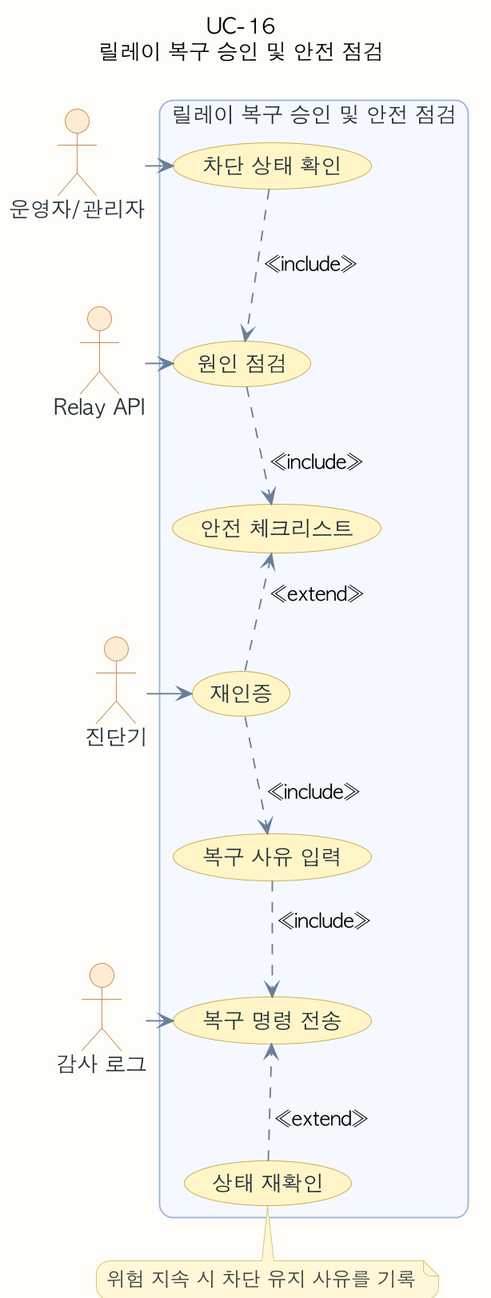
The PlantUML diagram assets/diagrams/usecase/uc-16-usecase.png in ricky30825-creator/BMS, before a commit. Its source is kept beside it as assets/diagrams/usecase/uc-16-usecase.puml.
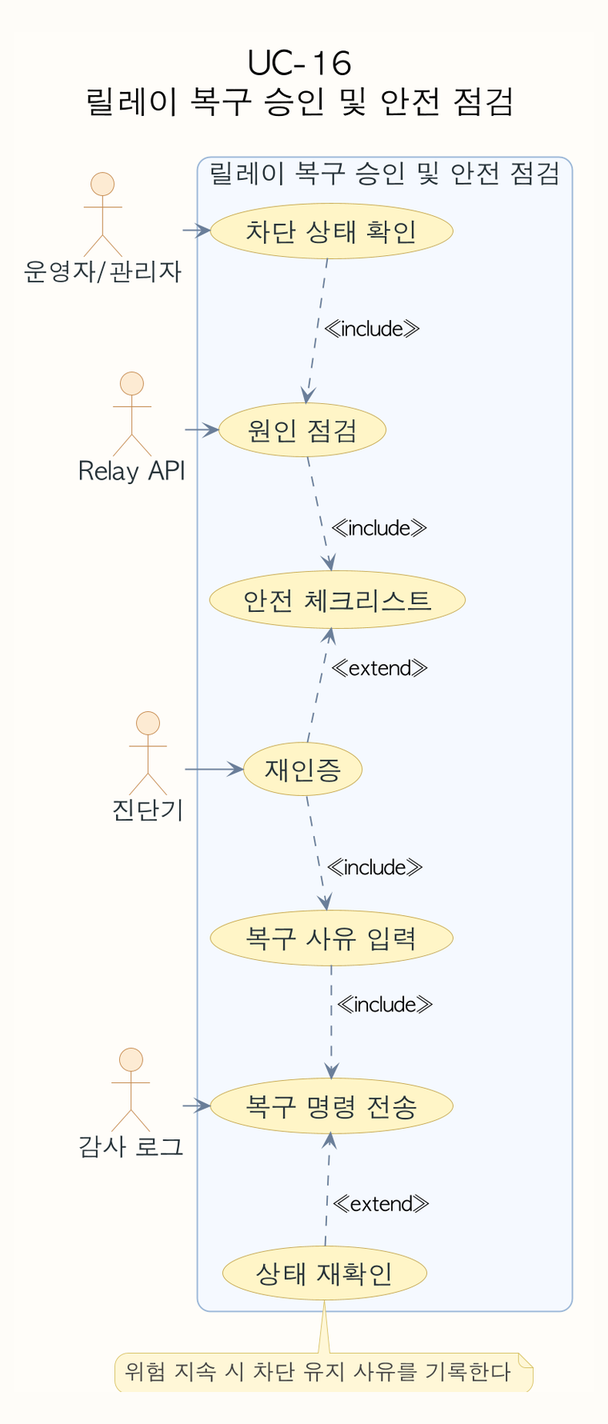
After the change.

What changed in the source:
```diff
@@ -4,6 +4,12 @@
 skinparam shadowing false
 skinparam dpi 180
 skinparam defaultFontName "AppleGothic"
+skinparam defaultFontSize 18
+skinparam TitleFontSize 22
+skinparam ActorFontSize 17
+skinparam UsecaseFontSize 18
+skinparam NoteFontSize 15
+skinparam ArrowFontSize 14
 skinparam roundcorner 18
 skinparam usecase {
   BackgroundColor #F8FAFC
@@ -62,6 +68,6 @@
 U5 ..> U6 : <<include>>
 U7 ..> U6 : <<extend>>
 note bottom of U7
-위험 지속 시 차단 유지 사유를 기록
+위험 지속 시 차단 유지 사유를 기록한다
 end note
 @enduml
```
